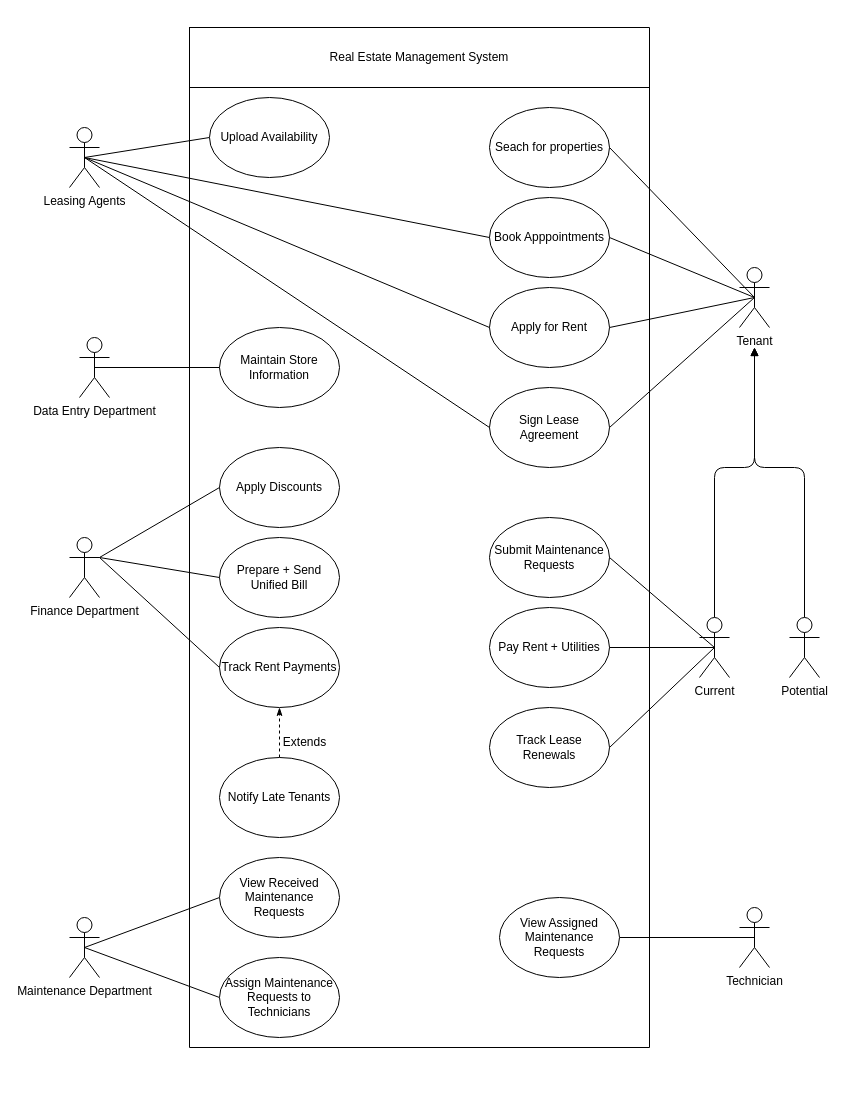
This is Use-case diagram/UseCaseDiagram.drawio from Omar-Farrag/Property-Management-System, a draw.io file, before an edit. Source tidied: cells renumbered, new cells numbered last; positions are measured from the earlier drawing's top-left corner, leaving out a move shared by most shapes. Both pictures are drawn from the tidied source at 100%, with x=0, y=0 at pixel (69, 27).
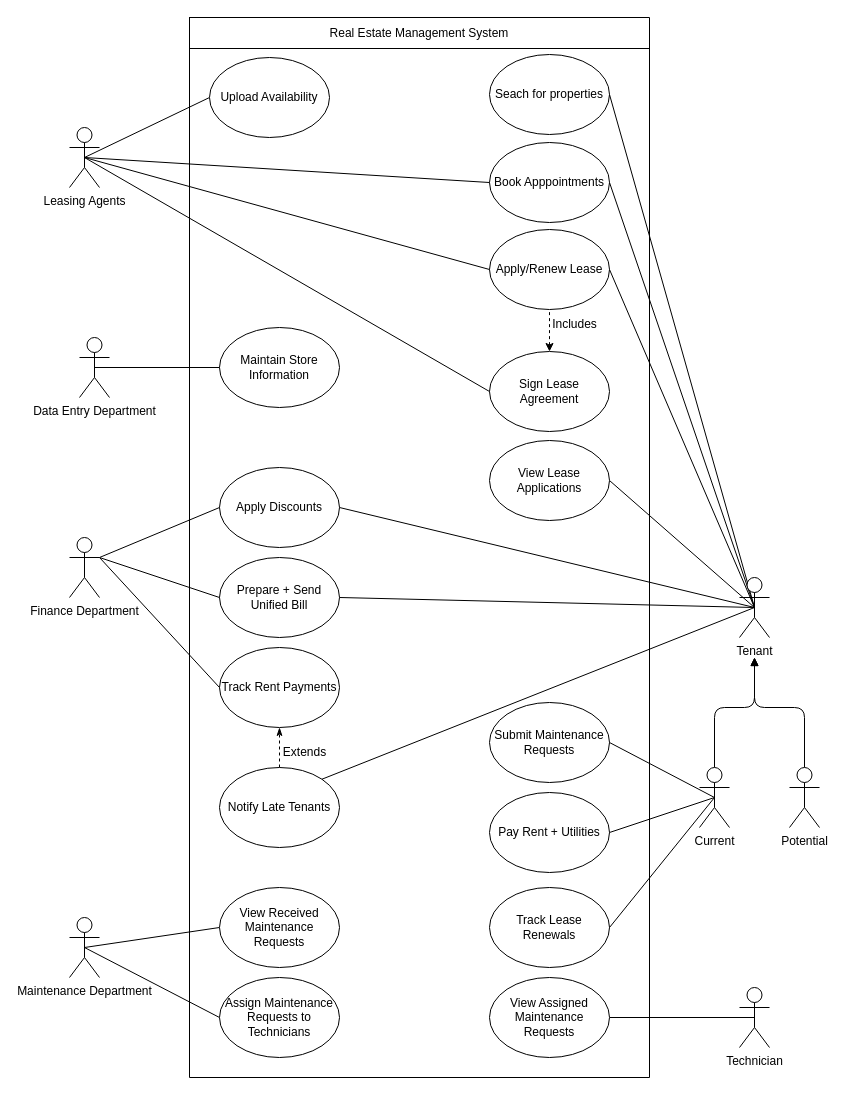
Above is the later version.

Commit message (it also covers changes not shown here):
Finalized Use-Case Diagram

What changed in the source:
```diff
@@
     <mxCell id="2" style="shape=table;startSize=0;childLayout=tableLayout;" parent="1" vertex="1">
-      <mxGeometry x="120" width="460" height="1020" as="geometry" />
+      <mxGeometry x="120" y="-10" width="460" height="1060" as="geometry" />
     </mxCell>
     <mxCell id="3" style="shape=tableRow;horizontal=0;startSize=0;swimlaneHead=0;swimlaneBody=0;top=0;left=0;bottom=0;right=0;fillColor=none;" parent="2" vertex="1">
-      <mxGeometry width="460" height="60" as="geometry" />
+      <mxGeometry width="460" height="31" as="geometry" />
     </mxCell>
     <mxCell id="4" value="Real Estate Management System" style="shape=partialRectangle;html=1;whiteSpace=wrap;overflow=hidden;fillColor=none;top=0;left=0;bottom=0;right=0;" parent="3" vertex="1">
-      <mxGeometry width="460" height="60" as="geometry" />
+      <mxGeometry width="460" height="31" as="geometry" />
     </mxCell>
     <mxCell id="5" style="shape=tableRow;horizontal=0;startSize=0;swimlaneHead=0;swimlaneBody=0;top=0;left=0;bottom=0;right=0;fillColor=none;" parent="2" vertex="1">
-      <mxGeometry y="60" width="460" height="960" as="geometry" />
+      <mxGeometry y="31" width="460" height="1029" as="geometry" />
     </mxCell>
     <mxCell id="6" style="shape=partialRectangle;html=1;whiteSpace=wrap;overflow=hidden;fillColor=none;top=0;left=0;bottom=0;right=0;" parent="5" vertex="1">
-      <mxGeometry width="460" height="960" as="geometry" />
+      <mxGeometry width="460" height="1029" as="geometry" />
     </mxCell>
     <mxCell id="7" value="Prepare + Send Unified Bill" style="ellipse;whiteSpace=wrap;html=1;" parent="1" vertex="1">
-      <mxGeometry x="150" y="510" width="120" height="80" as="geometry" />
+      <mxGeometry x="150" y="530" width="120" height="80" as="geometry" />
     </mxCell>
     <mxCell id="8" value="Pay Rent + Utilities" style="ellipse;whiteSpace=wrap;html=1;" parent="1" vertex="1">
-      <mxGeometry x="420" y="580" width="120" height="80" as="geometry" />
+      <mxGeometry x="420" y="765" width="120" height="80" as="geometry" />
     </mxCell>
     <mxCell id="9" value="Apply Discounts" style="ellipse;whiteSpace=wrap;html=1;" parent="1" vertex="1">
-      <mxGeometry x="150" y="420" width="120" height="80" as="geometry" />
+      <mxGeometry x="150" y="440" width="120" height="80" as="geometry" />
     </mxCell>
@@
     <mxCell id="11" value="Notify Late Tenants" style="ellipse;whiteSpace=wrap;html=1;" parent="1" vertex="1">
-      <mxGeometry x="150" y="730" width="120" height="80" as="geometry" />
+      <mxGeometry x="150" y="740" width="120" height="80" as="geometry" />
     </mxCell>
     <mxCell id="12" value="Submit Maintenance Requests" style="ellipse;whiteSpace=wrap;html=1;" parent="1" vertex="1">
-      <mxGeometry x="420" y="490" width="120" height="80" as="geometry" />
+      <mxGeometry x="420" y="675" width="120" height="80" as="geometry" />
     </mxCell>
     <mxCell id="13" value="Track Rent Payments" style="ellipse;whiteSpace=wrap;html=1;" parent="1" vertex="1">
-      <mxGeometry x="150" y="600" width="120" height="80" as="geometry" />
+      <mxGeometry x="150" y="620" width="120" height="80" as="geometry" />
     </mxCell>
     <mxCell id="14" value="Track Lease Renewals" style="ellipse;whiteSpace=wrap;html=1;" parent="1" vertex="1">
-      <mxGeometry x="420" y="680" width="120" height="80" as="geometry" />
+      <mxGeometry x="420" y="860" width="120" height="80" as="geometry" />
     </mxCell>
+    <mxCell id="53" style="edgeStyle=none;html=1;exitX=0.5;exitY=0;exitDx=0;exitDy=0;entryX=0.5;entryY=1;entryDx=0;entryDy=0;endArrow=none;endFill=0;dashed=1;startArrow=classic;startFill=1;" parent="1" edge="1" source="15" target="16">
+      <mxGeometry relative="1" as="geometry" />
+    </mxCell>
     <mxCell id="15" value="Sign Lease Agreement" style="ellipse;whiteSpace=wrap;html=1;" parent="1" vertex="1">
-      <mxGeometry x="420" y="360" width="120" height="80" as="geometry" />
+      <mxGeometry x="420" y="324" width="120" height="80" as="geometry" />
     </mxCell>
-    <mxCell id="16" value="Apply for Rent" style="ellipse;whiteSpace=wrap;html=1;" parent="1" vertex="1">
-      <mxGeometry x="420" y="260" width="120" height="80" as="geometry" />
+    <mxCell id="16" value="Apply/Renew Lease" style="ellipse;whiteSpace=wrap;html=1;" parent="1" vertex="1">
+      <mxGeometry x="420" y="202" width="120" height="80" as="geometry" />
     </mxCell>
     <mxCell id="17" value="Book Apppointments" style="ellipse;whiteSpace=wrap;html=1;" parent="1" vertex="1">
-      <mxGeometry x="420" y="170" width="120" height="80" as="geometry" />
+      <mxGeometry x="420" y="115" width="120" height="80" as="geometry" />
     </mxCell>
     <mxCell id="18" value="Seach for properties" style="ellipse;whiteSpace=wrap;html=1;" parent="1" vertex="1">
-      <mxGeometry x="420" y="80" width="120" height="80" as="geometry" />
+      <mxGeometry x="420" y="27" width="120" height="80" as="geometry" />
     </mxCell>
@@
-    <mxCell id="32" style="edgeStyle=none;html=1;exitX=0.5;exitY=0.5;exitDx=0;exitDy=0;exitPerimeter=0;entryX=1;entryY=0.5;entryDx=0;entryDy=0;endArrow=none;endFill=0;" parent="1" edge="1" source="33" target="15">
-      <mxGeometry relative="1" as="geometry" />
-    </mxCell>
+    <mxCell id="54" style="edgeStyle=none;html=1;exitX=0.5;exitY=0.5;exitDx=0;exitDy=0;exitPerimeter=0;entryX=1;entryY=0;entryDx=0;entryDy=0;endArrow=none;endFill=0;" parent="1" edge="1" source="33" target="11">
+      <mxGeometry relative="1" as="geometry" />
+    </mxCell>
+    <mxCell id="55" style="edgeStyle=none;html=1;exitX=0.5;exitY=0.5;exitDx=0;exitDy=0;exitPerimeter=0;entryX=1;entryY=0.5;entryDx=0;entryDy=0;endArrow=none;endFill=0;" parent="1" edge="1" source="33" target="7">
+      <mxGeometry relative="1" as="geometry" />
+    </mxCell>
+    <mxCell id="56" style="edgeStyle=none;html=1;exitX=0.5;exitY=0.5;exitDx=0;exitDy=0;exitPerimeter=0;entryX=1;entryY=0.5;entryDx=0;entryDy=0;endArrow=none;endFill=0;" parent="1" edge="1" source="33" target="58">
+      <mxGeometry relative="1" as="geometry" />
+    </mxCell>
+    <mxCell id="57" style="edgeStyle=none;html=1;exitX=0.5;exitY=0.5;exitDx=0;exitDy=0;exitPerimeter=0;entryX=1;entryY=0.5;entryDx=0;entryDy=0;endArrow=none;endFill=0;" parent="1" edge="1" source="33" target="9">
+      <mxGeometry relative="1" as="geometry" />
+    </mxCell>
     <mxCell id="33" value="Tenant" style="shape=umlActor;verticalLabelPosition=bottom;verticalAlign=top;html=1;outlineConnect=0;" parent="1" vertex="1">
-      <mxGeometry x="670" y="240" width="30" height="60" as="geometry" />
+      <mxGeometry x="670" y="550" width="30" height="60" as="geometry" />
     </mxCell>
@@
     <mxCell id="39" value="View Received Maintenance Requests" style="ellipse;whiteSpace=wrap;html=1;" parent="1" vertex="1">
-      <mxGeometry x="150" y="830" width="120" height="80" as="geometry" />
+      <mxGeometry x="150" y="860" width="120" height="80" as="geometry" />
     </mxCell>
     <mxCell id="40" value="Assign Maintenance Requests to Technicians" style="ellipse;whiteSpace=wrap;html=1;" parent="1" vertex="1">
-      <mxGeometry x="150" y="930" width="120" height="80" as="geometry" />
+      <mxGeometry x="150" y="950" width="120" height="80" as="geometry" />
     </mxCell>
     <mxCell id="41" value="Upload Availability" style="ellipse;whiteSpace=wrap;html=1;" parent="1" vertex="1">
-      <mxGeometry x="140" y="70" width="120" height="80" as="geometry" />
+      <mxGeometry x="140" y="30" width="120" height="80" as="geometry" />
     </mxCell>
     <mxCell id="42" value="Extends" style="text;html=1;align=center;verticalAlign=middle;strokeColor=none;fillColor=none;" parent="1" vertex="1">
-      <mxGeometry x="200" y="700" width="70" height="30" as="geometry" />
+      <mxGeometry x="200" y="710" width="70" height="30" as="geometry" />
     </mxCell>
     <mxCell id="43" style="edgeStyle=orthogonalEdgeStyle;html=1;exitX=0.5;exitY=0;exitDx=0;exitDy=0;exitPerimeter=0;endArrow=block;endFill=1;" parent="1" edge="1" source="47">
       <mxGeometry relative="1" as="geometry">
-        <mxPoint x="685" y="320" as="targetPoint" />
+        <mxPoint x="685" y="630" as="targetPoint" />
         <Array as="points">
-          <mxPoint x="645" y="440" />
-          <mxPoint x="685" y="440" />
+          <mxPoint x="645" y="680" />
+          <mxPoint x="685" y="680" />
         </Array>
       </mxGeometry>
     </mxCell>
@@
     <mxCell id="47" value="Current&lt;br&gt;" style="shape=umlActor;verticalLabelPosition=bottom;verticalAlign=top;html=1;outlineConnect=0;" parent="1" vertex="1">
-      <mxGeometry x="630" y="590" width="30" height="60" as="geometry" />
+      <mxGeometry x="630" y="740" width="30" height="60" as="geometry" />
     </mxCell>
     <mxCell id="48" style="edgeStyle=orthogonalEdgeStyle;html=1;exitX=0.5;exitY=0;exitDx=0;exitDy=0;exitPerimeter=0;endArrow=block;endFill=1;" parent="1" edge="1" source="49">
       <mxGeometry relative="1" as="geometry">
-        <mxPoint x="685" y="320" as="targetPoint" />
+        <mxPoint x="685" y="630" as="targetPoint" />
         <Array as="points">
-          <mxPoint x="735" y="440" />
-          <mxPoint x="685" y="440" />
+          <mxPoint x="735" y="680" />
+          <mxPoint x="685" y="680" />
         </Array>
       </mxGeometry>
     </mxCell>
     <mxCell id="49" value="Potential" style="shape=umlActor;verticalLabelPosition=bottom;verticalAlign=top;html=1;outlineConnect=0;" parent="1" vertex="1">
-      <mxGeometry x="720" y="590" width="30" height="60" as="geometry" />
+      <mxGeometry x="720" y="740" width="30" height="60" as="geometry" />
     </mxCell>
-    <mxCell id="50" style="edgeStyle=none;html=1;exitX=0.5;exitY=0.5;exitDx=0;exitDy=0;exitPerimeter=0;entryX=1;entryY=0.5;entryDx=0;entryDy=0;endArrow=none;endFill=0;" parent="1" edge="1" source="51" target="52">
+    <mxCell id="50" style="edgeStyle=none;html=1;entryX=1;entryY=0.5;entryDx=0;entryDy=0;endArrow=none;endFill=0;exitX=0.5;exitY=0.5;exitDx=0;exitDy=0;exitPerimeter=0;" parent="1" edge="1" source="51" target="52">
       <mxGeometry relative="1" as="geometry" />
     </mxCell>
     <mxCell id="51" value="Technician" style="shape=umlActor;verticalLabelPosition=bottom;verticalAlign=top;html=1;outlineConnect=0;" parent="1" vertex="1">
-      <mxGeometry x="670" y="880" width="30" height="60" as="geometry" />
+      <mxGeometry x="670" y="960" width="30" height="60" as="geometry" />
     </mxCell>
     <mxCell id="52" value="View Assigned Maintenance Requests" style="ellipse;whiteSpace=wrap;html=1;" parent="1" vertex="1">
-      <mxGeometry x="430" y="870" width="120" height="80" as="geometry" />
+      <mxGeometry x="420" y="950" width="120" height="80" as="geometry" />
     </mxCell>
+    <mxCell id="58" value="View Lease Applications" style="ellipse;whiteSpace=wrap;html=1;" parent="1" vertex="1">
+      <mxGeometry x="420" y="413" width="120" height="80" as="geometry" />
+    </mxCell>
+    <mxCell id="59" value="Includes" style="text;html=1;align=center;verticalAlign=middle;strokeColor=none;fillColor=none;" parent="1" vertex="1">
+      <mxGeometry x="470" y="282" width="70" height="30" as="geometry" />
+    </mxCell>
```
